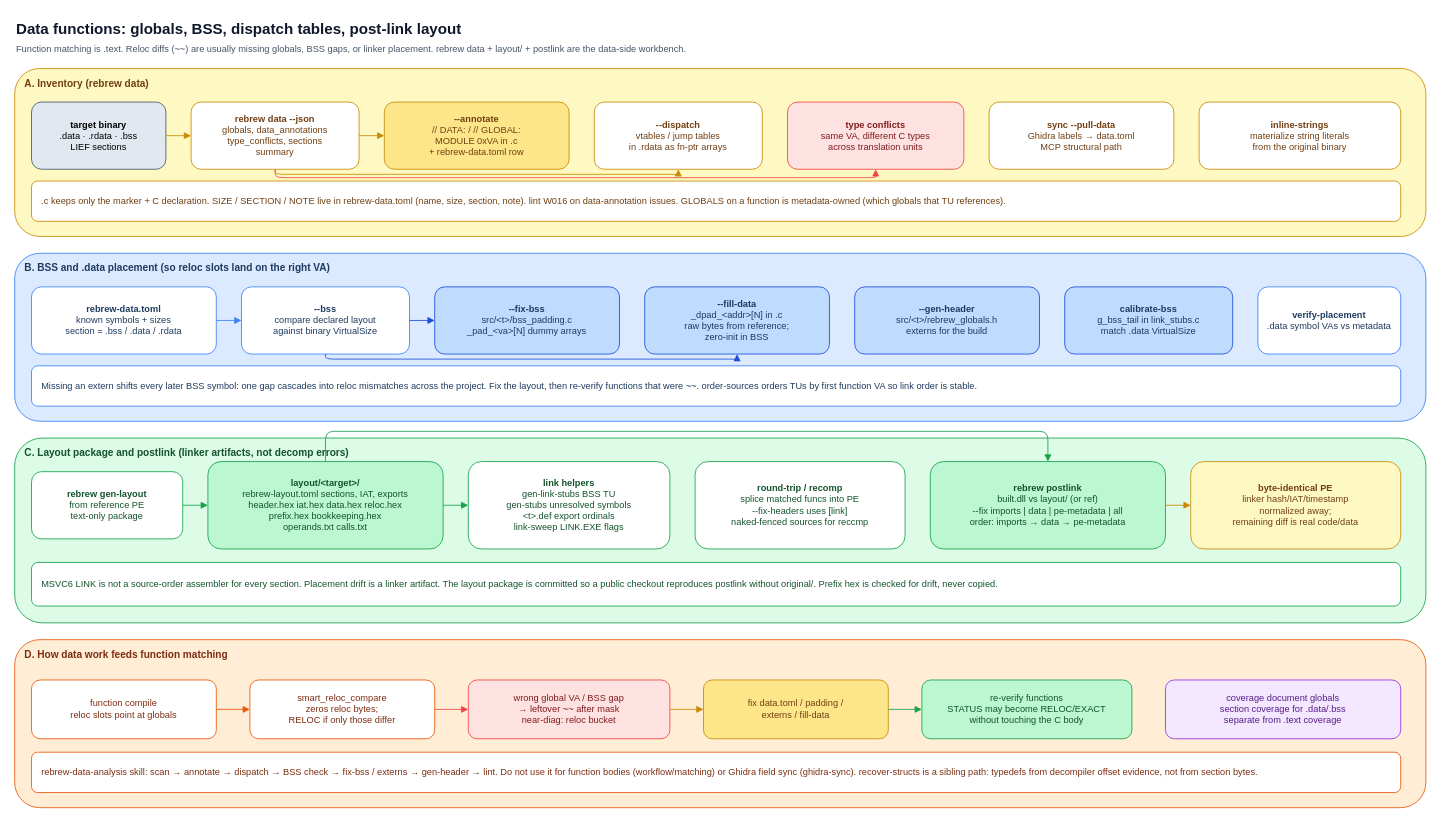
Above: page "7. Data, globals, layout" (6 of 6) of docs/architecture.drawio in maci0/rebrew (draw.io), before the change. Source tidied: cells renumbered, new cells numbered last; positions are measured from the earlier drawing's top-left corner, leaving out a move shared by most shapes. Both pictures are drawn from the tidied source at 84%, with x=0, y=0 at pixel (14, 14).
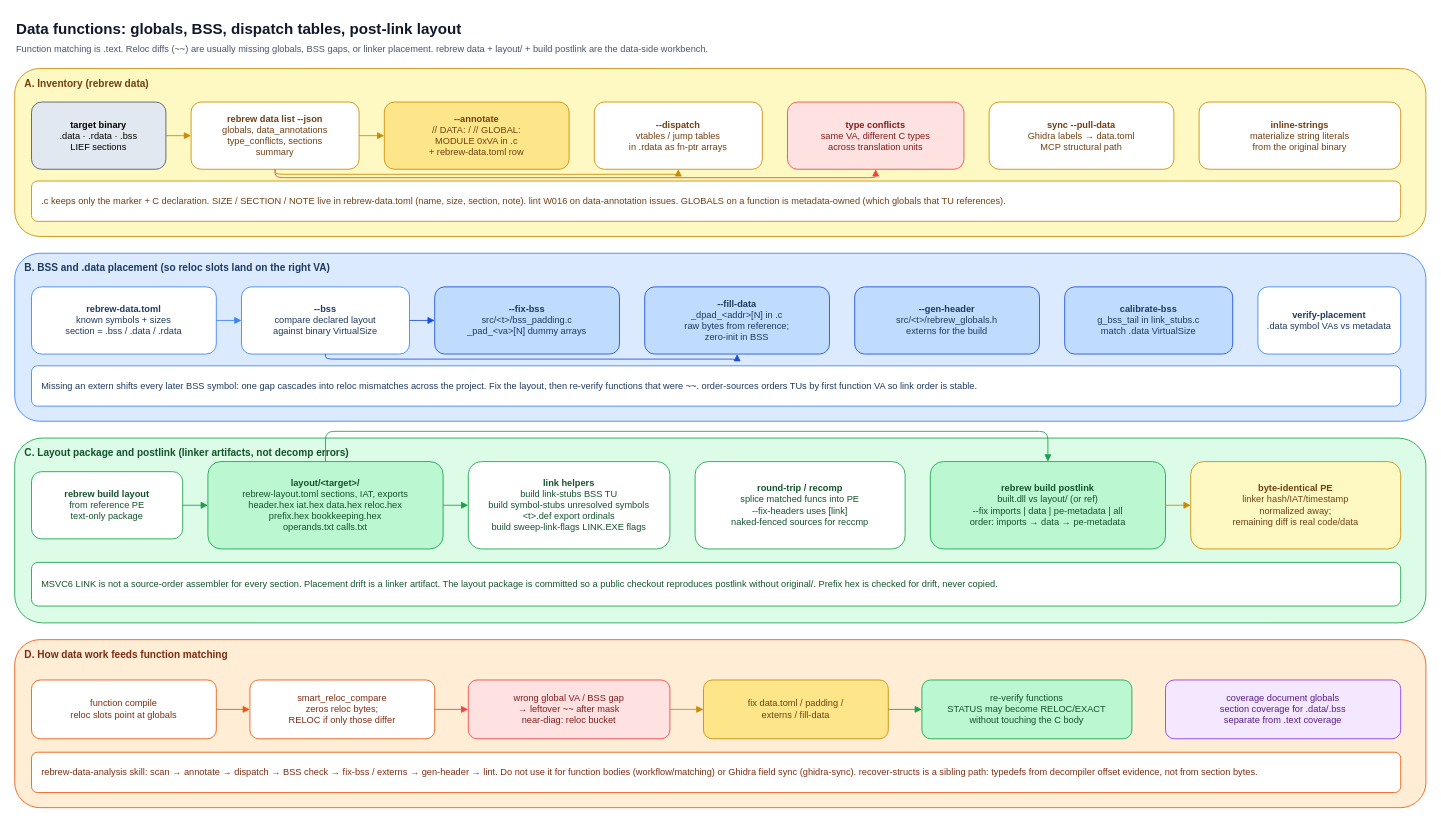
The same diagram, later.

Diff of the diagram source:
```diff
@@
-    <mxCell id="3" value="Function matching is .text. Reloc diffs (~~) are usually missing globals, BSS gaps, or linker placement. rebrew data + layout/ + postlink are the data-side workbench." style="text;html=1;align=left;fontSize=11;fontColor=#475569;" parent="1" vertex="1">
+    <mxCell id="3" value="Function matching is .text. Reloc diffs (~~) are usually missing globals, BSS gaps, or linker placement. rebrew data + layout/ + build postlink are the data-side workbench." style="text;html=1;align=left;fontSize=11;fontColor=#475569;" parent="1" vertex="1">
       <mxGeometry y="28" width="1650" height="24" as="geometry" />
     </mxCell>
@@
-    <mxCell id="6" value="&lt;b&gt;rebrew data --json&lt;/b&gt;&lt;br&gt;globals, data_annotations&lt;br&gt;type_conflicts, sections&lt;br&gt;summary" style="rounded=1;whiteSpace=wrap;html=1;fillColor=#ffffff;strokeColor=#ca8a04;fontColor=#713f12;align=center;fontSize=11;" parent="1" vertex="1">
+    <mxCell id="6" value="&lt;b&gt;rebrew data list --json&lt;/b&gt;&lt;br&gt;globals, data_annotations&lt;br&gt;type_conflicts, sections&lt;br&gt;summary" style="rounded=1;whiteSpace=wrap;html=1;fillColor=#ffffff;strokeColor=#ca8a04;fontColor=#713f12;align=center;fontSize=11;" parent="1" vertex="1">
       <mxGeometry x="210" y="104" width="200" height="80" as="geometry" />
     </mxCell>
@@
-    <mxCell id="30" value="&lt;b&gt;rebrew gen-layout&lt;/b&gt;&lt;br&gt;from reference PE&lt;br&gt;text-only package" style="rounded=1;whiteSpace=wrap;html=1;fillColor=#ffffff;strokeColor=#16a34a;fontColor=#14532d;align=center;fontSize=11;" parent="1" vertex="1">
+    <mxCell id="30" value="&lt;b&gt;rebrew build layout&lt;/b&gt;&lt;br&gt;from reference PE&lt;br&gt;text-only package" style="rounded=1;whiteSpace=wrap;html=1;fillColor=#ffffff;strokeColor=#16a34a;fontColor=#14532d;align=center;fontSize=11;" parent="1" vertex="1">
       <mxGeometry x="20" y="544" width="180" height="80" as="geometry" />
     </mxCell>
@@
-    <mxCell id="32" value="&lt;b&gt;link helpers&lt;/b&gt;&lt;br&gt;gen-link-stubs  BSS TU&lt;br&gt;gen-stubs  unresolved symbols&lt;br&gt;&amp;lt;t&amp;gt;.def  export ordinals&lt;br&gt;link-sweep  LINK.EXE flags" style="rounded=1;whiteSpace=wrap;html=1;fillColor=#ffffff;strokeColor=#16a34a;fontColor=#14532d;align=center;fontSize=11;" parent="1" vertex="1">
+    <mxCell id="32" value="&lt;b&gt;link helpers&lt;/b&gt;&lt;br&gt;build link-stubs  BSS TU&lt;br&gt;build symbol-stubs  unresolved symbols&lt;br&gt;&amp;lt;t&amp;gt;.def  export ordinals&lt;br&gt;build sweep-link-flags  LINK.EXE flags" style="rounded=1;whiteSpace=wrap;html=1;fillColor=#ffffff;strokeColor=#16a34a;fontColor=#14532d;align=center;fontSize=11;" parent="1" vertex="1">
       <mxGeometry x="540" y="532" width="240" height="104" as="geometry" />
     </mxCell>
@@
-    <mxCell id="34" value="&lt;b&gt;rebrew postlink&lt;/b&gt;&lt;br&gt;built.dll vs layout/ (or ref)&lt;br&gt;--fix imports | data | pe-metadata | all&lt;br&gt;order: imports → data → pe-metadata" style="rounded=1;whiteSpace=wrap;html=1;fillColor=#bbf7d0;strokeColor=#16a34a;fontColor=#14532d;align=center;fontSize=11;" parent="1" vertex="1">
+    <mxCell id="34" value="&lt;b&gt;rebrew build postlink&lt;/b&gt;&lt;br&gt;built.dll vs layout/ (or ref)&lt;br&gt;--fix imports | data | pe-metadata | all&lt;br&gt;order: imports → data → pe-metadata" style="rounded=1;whiteSpace=wrap;html=1;fillColor=#bbf7d0;strokeColor=#16a34a;fontColor=#14532d;align=center;fontSize=11;" parent="1" vertex="1">
       <mxGeometry x="1090" y="532" width="280" height="104" as="geometry" />
     </mxCell>
```
